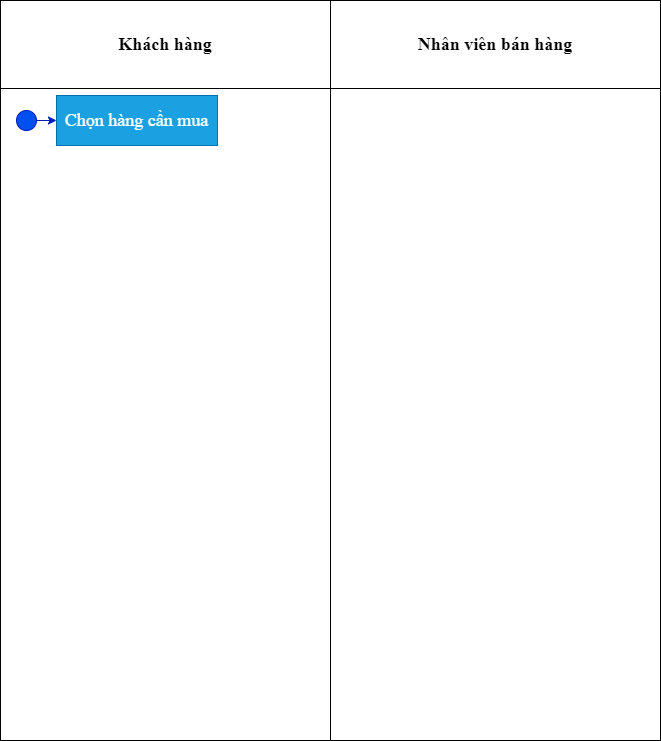
Before: banHang.drawio.png, a diagram exported from draw.io (sunny-THS/QlyBanDT). Source tidied: cells renumbered, new cells last; positions are measured from the earlier drawing's top-left corner, leaving out a move shared by most shapes.
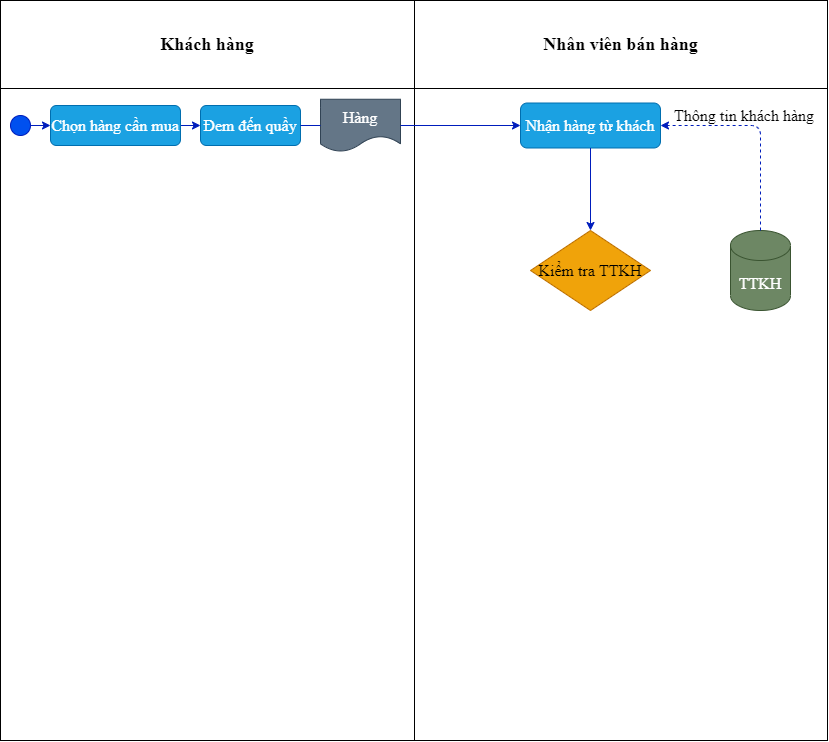
After the change.

Diff of the diagram source:
```diff
@@ -3,34 +3,73 @@
     <mxCell id="0" />
     <mxCell id="1" parent="0" />
     <mxCell id="2" style="shape=table;startSize=0;" parent="1" vertex="1">
-      <mxGeometry width="660" height="740" as="geometry" />
+      <mxGeometry x="-84" y="-60" width="827" height="740" as="geometry" />
     </mxCell>
     <mxCell id="3" style="shape=partialRectangle;fillColor=none;top=0;left=0;bottom=0;right=0;" parent="2" vertex="1">
-      <mxGeometry width="660" height="88" as="geometry" />
+      <mxGeometry width="827" height="88" as="geometry" />
     </mxCell>
     <mxCell id="4" value="Khách hàng" style="shape=partialRectangle;html=1;whiteSpace=wrap;overflow=hidden;fillColor=none;top=0;left=0;bottom=0;right=0;fontStyle=1;fontFamily=Times New Roman;fontSize=18;" parent="3" vertex="1">
-      <mxGeometry width="330" height="88" as="geometry" />
+      <mxGeometry width="414" height="88" as="geometry" />
     </mxCell>
     <mxCell id="5" value="Nhân viên bán hàng" style="shape=partialRectangle;html=1;whiteSpace=wrap;overflow=hidden;fillColor=none;top=0;left=0;bottom=0;right=0;fontStyle=1;fontFamily=Times New Roman;fontSize=18;" parent="3" vertex="1">
-      <mxGeometry x="330" width="330" height="88" as="geometry" />
+      <mxGeometry x="414" width="413" height="88" as="geometry" />
     </mxCell>
     <mxCell id="6" style="shape=partialRectangle;fillColor=none;top=0;left=0;bottom=0;right=0;" parent="2" vertex="1">
-      <mxGeometry y="88" width="660" height="652" as="geometry" />
+      <mxGeometry y="88" width="827" height="652" as="geometry" />
     </mxCell>
     <mxCell id="7" style="shape=partialRectangle;html=1;whiteSpace=wrap;overflow=hidden;fillColor=none;top=0;left=0;bottom=0;right=0;" parent="6" vertex="1">
-      <mxGeometry width="330" height="652" as="geometry" />
+      <mxGeometry width="414" height="652" as="geometry" />
     </mxCell>
     <mxCell id="8" style="shape=partialRectangle;html=1;whiteSpace=wrap;overflow=hidden;fillColor=none;top=0;left=0;bottom=0;right=0;" parent="6" vertex="1">
-      <mxGeometry x="330" width="330" height="652" as="geometry" />
+      <mxGeometry x="414" width="413" height="652" as="geometry" />
     </mxCell>
     <mxCell id="9" style="ellipse;whiteSpace=wrap;html=1;fontFamily=Times New Roman;fontSize=18;fillColor=#0050ef;strokeColor=#001DBC;fontColor=#ffffff;" parent="1" vertex="1">
-      <mxGeometry x="16" y="110" width="20" height="20" as="geometry" />
+      <mxGeometry x="-74" y="55" width="20" height="20" as="geometry" />
     </mxCell>
     <mxCell id="10" style="endArrow=classic;html=1;fontFamily=Times New Roman;fontSize=18;exitX=1;exitY=0.5;exitDx=0;exitDy=0;fillColor=#0050ef;strokeColor=#001DBC;entryX=0;entryY=0.5;entryDx=0;entryDy=0;" parent="1" edge="1" source="9" target="11">
       <mxGeometry relative="1" as="geometry" />
     </mxCell>
+    <mxCell id="12" style="endArrow=classic;html=1;fontFamily=Times New Roman;fontSize=16;exitX=1;exitY=0.5;exitDx=0;exitDy=0;fillColor=#0050ef;strokeColor=#001DBC;entryX=0;entryY=0.5;entryDx=0;entryDy=0;" parent="1" edge="1" target="14">
+      <mxGeometry relative="1" as="geometry">
+        <mxPoint x="96" y="65" as="sourcePoint" />
+      </mxGeometry>
+    </mxCell>
+    <mxCell id="13" value="Hàng" style="shape=document;whiteSpace=wrap;html=1;boundedLbl=1;fontFamily=Times New Roman;fontSize=16;fillColor=#647687;strokeColor=#314354;fontColor=#ffffff;" parent="1" vertex="1">
+      <mxGeometry x="236" y="38.8" width="80" height="52.5" as="geometry" />
+    </mxCell>
-    <mxCell id="11" value="Chọn hàng cần mua" style="rounded=0;whiteSpace=wrap;html=1;fontFamily=Times New Roman;fontSize=18;fillColor=#1ba1e2;strokeColor=#006EAF;fontColor=#ffffff;" parent="1" vertex="1">
-      <mxGeometry x="56" y="95" width="161" height="50" as="geometry" />
+    <mxCell id="11" value="Chọn hàng cần mua" style="rounded=1;whiteSpace=wrap;html=1;fontFamily=Times New Roman;fontSize=16;fillColor=#1ba1e2;strokeColor=#006EAF;fontColor=#ffffff;" parent="1" vertex="1">
+      <mxGeometry x="-34" y="45" width="130" height="40" as="geometry" />
     </mxCell>
+    <mxCell id="14" value="Đem đến quầy" style="rounded=1;whiteSpace=wrap;html=1;fontFamily=Times New Roman;fontSize=16;fillColor=#1ba1e2;strokeColor=#006EAF;fontColor=#ffffff;" parent="1" vertex="1">
+      <mxGeometry x="116" y="45" width="100" height="40" as="geometry" />
+    </mxCell>
+    <mxCell id="15" style="endArrow=none;html=1;fontFamily=Times New Roman;fontSize=16;entryX=1;entryY=0.5;entryDx=0;entryDy=0;exitX=0;exitY=0.5;exitDx=0;exitDy=0;fillColor=#0050ef;strokeColor=#001DBC;" parent="1" edge="1" source="13" target="14">
+      <mxGeometry relative="1" as="geometry" />
+    </mxCell>
+    <mxCell id="16" value="Nhận hàng từ khách" style="rounded=1;whiteSpace=wrap;html=1;fontFamily=Times New Roman;fontSize=16;fillColor=#1ba1e2;strokeColor=#006EAF;fontColor=#ffffff;" parent="1" vertex="1">
+      <mxGeometry x="436" y="42.5" width="140" height="45" as="geometry" />
+    </mxCell>
+    <mxCell id="17" style="endArrow=classic;html=1;fontFamily=Times New Roman;fontSize=16;fillColor=#0050ef;strokeColor=#001DBC;exitX=1;exitY=0.5;exitDx=0;exitDy=0;entryX=0;entryY=0.5;entryDx=0;entryDy=0;" parent="1" edge="1" source="13" target="16">
+      <mxGeometry relative="1" as="geometry" />
+    </mxCell>
+    <mxCell id="18" value="TTKH" style="shape=cylinder3;whiteSpace=wrap;html=1;boundedLbl=1;backgroundOutline=1;size=15;fontFamily=Times New Roman;fontSize=16;fillColor=#6d8764;strokeColor=#3A5431;fontColor=#ffffff;" parent="1" vertex="1">
+      <mxGeometry x="646" y="170" width="60" height="80" as="geometry" />
+    </mxCell>
+    <mxCell id="19" style="endArrow=classic;html=1;fontFamily=Times New Roman;fontSize=16;dashed=1;fillColor=#0050ef;strokeColor=#001DBC;exitX=0.5;exitY=0;exitDx=0;exitDy=0;exitPerimeter=0;entryX=1;entryY=0.5;entryDx=0;entryDy=0;" parent="1" edge="1" source="18" target="16">
+      <mxGeometry relative="1" as="geometry">
+        <Array as="points">
+          <mxPoint x="676" y="65" />
+        </Array>
+      </mxGeometry>
+    </mxCell>
+    <mxCell id="20" value="Thông tin khách hàng" style="text;html=1;strokeColor=none;fillColor=none;align=center;verticalAlign=middle;whiteSpace=wrap;rounded=0;fontFamily=Times New Roman;fontSize=16;" parent="1" vertex="1">
+      <mxGeometry x="585" y="37.8" width="150" height="35" as="geometry" />
+    </mxCell>
+    <mxCell id="21" value="Kiểm tra TTKH" style="rhombus;whiteSpace=wrap;html=1;fontFamily=Times New Roman;fontSize=16;fillColor=#f0a30a;strokeColor=#BD7000;fontColor=#000000;" parent="1" vertex="1">
+      <mxGeometry x="446" y="170" width="120" height="80" as="geometry" />
+    </mxCell>
+    <mxCell id="22" style="endArrow=classic;html=1;fontFamily=Times New Roman;fontSize=16;exitX=0.5;exitY=1;exitDx=0;exitDy=0;entryX=0.5;entryY=0;entryDx=0;entryDy=0;fillColor=#0050ef;strokeColor=#001DBC;" parent="1" edge="1" source="16" target="21">
+      <mxGeometry relative="1" as="geometry" />
+    </mxCell>
   </root>
 </mxGraphModel>
```
